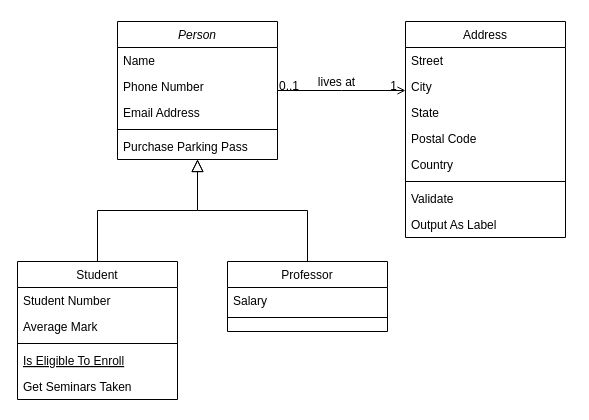
b3d0NA/b3d0NA keeps this draw.io diagram as Untitled Diagram.drawio. Above is the earlier version. Source tidied: cells renumbered, new cells numbered last; positions are measured from the earlier drawing's top-left corner, leaving out a move shared by most shapes. Both pictures are drawn from the tidied source at 100%, with x=0, y=0 at pixel (17, 21).
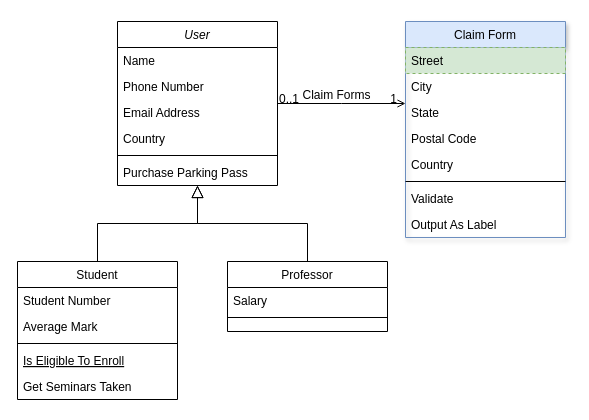
The same page after the edit.

Commit message:
CRM FOR QUALITY CONTROL.drawio

The change refers to these unchanged cells:
```xml
<mxCell id="28" style="endArrow=open;shadow=0;strokeWidth=1;rounded=0;endFill=1;edgeStyle=elbowEdgeStyle;elbow=vertical;" parent="1" edge="1" source="2" target="19">
  <mxGeometry x="0.5" y="41" relative="1" as="geometry">
    <mxPoint x="-40" y="32" as="offset" />
  </mxGeometry>
</mxCell>
```

The edit, as a diff of the source:
```diff
@@
-    <mxCell id="2" value="Person" style="swimlane;fontStyle=2;align=center;verticalAlign=top;horizontal=1;startSize=26;rounded=0;shadow=0;strokeWidth=1;" parent="1" vertex="1">
-      <mxGeometry x="100" width="160" height="138" as="geometry" />
+    <mxCell id="2" value="User" style="swimlane;fontStyle=2;align=center;verticalAlign=top;horizontal=1;startSize=26;rounded=0;shadow=0;strokeWidth=1;" parent="1" vertex="1">
+      <mxGeometry x="100" width="160" height="164" as="geometry" />
     </mxCell>
@@
+    <mxCell id="32" value="Country" style="text;align=left;verticalAlign=top;spacingLeft=4;spacingRight=4;overflow=hidden;rounded=0;shadow=0;html=0;" parent="2" vertex="1">
+      <mxGeometry y="104" width="160" height="26" as="geometry" />
+    </mxCell>
     <mxCell id="6" style="line;html=1;strokeWidth=1;align=left;verticalAlign=middle;spacingTop=-1;spacingLeft=3;spacingRight=3;labelPosition=right;" parent="2" vertex="1">
-      <mxGeometry y="104" width="160" height="8" as="geometry" />
+      <mxGeometry y="130" width="160" height="8" as="geometry" />
     </mxCell>
     <mxCell id="7" value="Purchase Parking Pass" style="text;align=left;verticalAlign=top;spacingLeft=4;spacingRight=4;overflow=hidden;" parent="2" vertex="1">
-      <mxGeometry y="112" width="160" height="26" as="geometry" />
+      <mxGeometry y="138" width="160" height="26" as="geometry" />
     </mxCell>
@@
-    <mxCell id="19" value="Address" style="swimlane;fontStyle=0;align=center;verticalAlign=top;horizontal=1;startSize=26;rounded=0;shadow=0;strokeWidth=1;" parent="1" vertex="1">
+    <mxCell id="19" value="Claim Form" style="swimlane;fontStyle=0;align=center;verticalAlign=top;horizontal=1;startSize=26;rounded=0;shadow=1;strokeWidth=1;fillColor=#dae8fc;strokeColor=#6c8ebf;" parent="1" vertex="1">
       <mxGeometry x="388" width="160" height="216" as="geometry" />
     </mxCell>
-    <mxCell id="20" value="Street" style="text;align=left;verticalAlign=top;spacingLeft=4;spacingRight=4;overflow=hidden;" parent="19" vertex="1">
+    <mxCell id="20" value="Street" style="text;align=left;verticalAlign=top;spacingLeft=4;spacingRight=4;overflow=hidden;dashed=1;fillColor=#d5e8d4;strokeColor=#82b366;shadow=0;" parent="19" vertex="1">
       <mxGeometry y="26" width="160" height="26" as="geometry" />
     </mxCell>
@@
-    <mxCell id="31" value="lives at" style="text;html=1;align=center;verticalAlign=middle;labelBackgroundColor=none;rounded=0;shadow=0;strokeWidth=1;fontSize=12;" parent="28" vertex="1">
+    <mxCell id="31" value="Claim Forms" style="text;html=1;align=center;verticalAlign=middle;labelBackgroundColor=none;rounded=0;shadow=0;strokeWidth=1;fontSize=12;" parent="28" vertex="1">
       <mxGeometry x="0.5" y="49" relative="1" as="geometry">
         <mxPoint x="-38" y="40" as="offset" />
       </mxGeometry>
     </mxCell>
```
